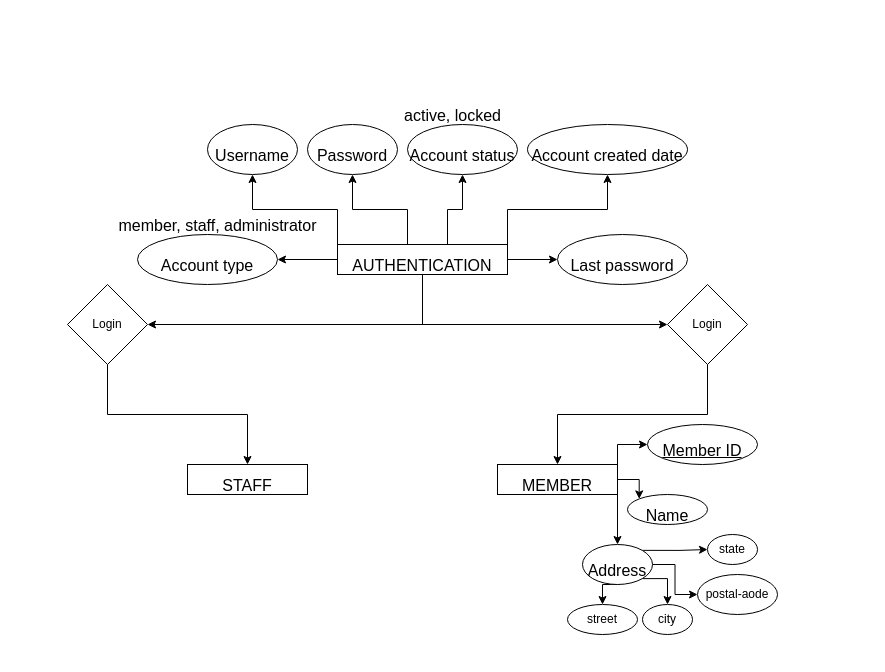
Above: ER digram.drawio in krithik15/Database_Management_Systems (draw.io), before the change. Source tidied: cells renumbered, new cells numbered last; positions are measured from the earlier drawing's top-left corner, leaving out a move shared by most shapes. Both pictures are drawn from the tidied source at 100%, with x=0, y=0 at pixel (67, 94).
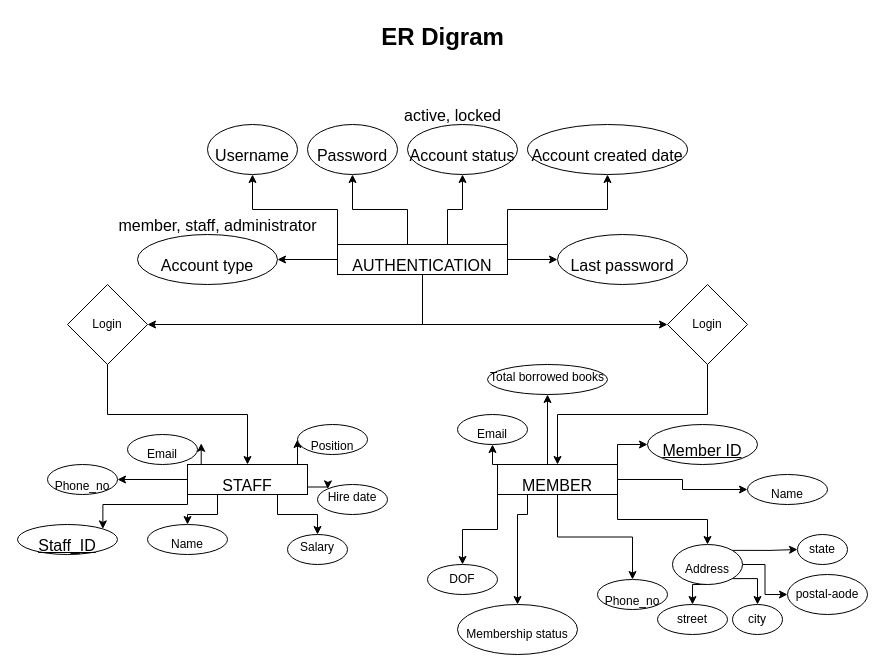
The same diagram, later.

The change refers to these unchanged cells:
```xml
<mxCell id="24" value="&lt;p style=&quot;line-height: 1px; margin-bottom: 0cm; background: transparent; color: rgb(0, 0, 0); font-size: medium; text-align: start; --darkreader-inline-bgimage: initial; --darkreader-inline-bgcolor: transparent; --darkreader-inline-color: #e8e6e3;&quot;&gt;MEMBER&lt;/p&gt;" style="whiteSpace=wrap;html=1;" parent="1" vertex="1">
  <mxGeometry x="430" y="370" width="120" height="30" as="geometry" />
</mxCell>
<mxCell id="27" value="&lt;p style=&quot;line-height: 1px; margin-bottom: 0cm; background: transparent; color: rgb(0, 0, 0); font-size: medium; text-align: start; --darkreader-inline-bgimage: initial; --darkreader-inline-bgcolor: transparent; --darkreader-inline-color: #e8e6e3;&quot;&gt;STAFF&lt;/p&gt;" style="whiteSpace=wrap;html=1;" parent="1" vertex="1">
  <mxGeometry x="120" y="370" width="120" height="30" as="geometry" />
</mxCell>
```

The edit, as a diff of the source:
```diff
@@
-    <mxCell id="22" style="edgeStyle=orthogonalEdgeStyle;rounded=0;jettySize=auto;html=1;exitX=1;exitY=0.5;exitDx=0;exitDy=0;entryX=0;entryY=0;entryDx=0;entryDy=0;" parent="1" edge="1" source="24" target="29">
+    <mxCell id="22" style="edgeStyle=orthogonalEdgeStyle;rounded=0;jettySize=auto;html=1;exitX=1;exitY=0.5;exitDx=0;exitDy=0;entryX=0;entryY=0.5;entryDx=0;entryDy=0;" parent="1" edge="1" source="24" target="29">
       <mxGeometry relative="1" as="geometry" />
     </mxCell>
@@
+    <mxCell id="39" style="edgeStyle=orthogonalEdgeStyle;rounded=0;jettySize=auto;html=1;exitX=0;exitY=0;exitDx=0;exitDy=0;entryX=0.5;entryY=1;entryDx=0;entryDy=0;" parent="1" edge="1" source="24" target="51">
+      <mxGeometry relative="1" as="geometry" />
+    </mxCell>
+    <mxCell id="40" style="edgeStyle=orthogonalEdgeStyle;rounded=0;jettySize=auto;html=1;exitX=0.5;exitY=1;exitDx=0;exitDy=0;entryX=0.5;entryY=0;entryDx=0;entryDy=0;" parent="1" edge="1" source="24" target="53">
+      <mxGeometry relative="1" as="geometry" />
+    </mxCell>
+    <mxCell id="41" style="edgeStyle=orthogonalEdgeStyle;rounded=0;jettySize=auto;html=1;exitX=0.25;exitY=1;exitDx=0;exitDy=0;entryX=0.5;entryY=0;entryDx=0;entryDy=0;" parent="1" edge="1" target="54">
+      <mxGeometry relative="1" as="geometry">
+        <mxPoint x="460" y="400" as="sourcePoint" />
+        <Array as="points">
+          <mxPoint x="460" y="420" />
+          <mxPoint x="450" y="420" />
+        </Array>
+      </mxGeometry>
+    </mxCell>
+    <mxCell id="42" style="edgeStyle=orthogonalEdgeStyle;rounded=0;jettySize=auto;html=1;exitX=0.25;exitY=0;exitDx=0;exitDy=0;" parent="1" edge="1" source="24" target="55">
+      <mxGeometry relative="1" as="geometry">
+        <Array as="points">
+          <mxPoint x="480" y="370" />
+        </Array>
+      </mxGeometry>
+    </mxCell>
+    <mxCell id="43" style="edgeStyle=orthogonalEdgeStyle;rounded=0;jettySize=auto;html=1;exitX=0;exitY=1;exitDx=0;exitDy=0;entryX=0.5;entryY=0;entryDx=0;entryDy=0;" parent="1" edge="1" source="24" target="52">
+      <mxGeometry relative="1" as="geometry" />
+    </mxCell>
@@
+    <mxCell id="44" style="edgeStyle=orthogonalEdgeStyle;rounded=0;jettySize=auto;html=1;exitX=0.25;exitY=0;exitDx=0;exitDy=0;entryX=1.053;entryY=0.294;entryDx=0;entryDy=0;entryPerimeter=0;" parent="1" edge="1" source="27" target="59">
+      <mxGeometry relative="1" as="geometry" />
+    </mxCell>
+    <mxCell id="45" style="edgeStyle=orthogonalEdgeStyle;rounded=0;jettySize=auto;html=1;exitX=0;exitY=0.5;exitDx=0;exitDy=0;entryX=1;entryY=0.5;entryDx=0;entryDy=0;" parent="1" edge="1" source="27" target="56">
+      <mxGeometry relative="1" as="geometry" />
+    </mxCell>
+    <mxCell id="46" style="edgeStyle=orthogonalEdgeStyle;rounded=0;jettySize=auto;html=1;exitX=0;exitY=1;exitDx=0;exitDy=0;entryX=1;entryY=0;entryDx=0;entryDy=0;" parent="1" edge="1" source="27" target="57">
+      <mxGeometry relative="1" as="geometry">
+        <Array as="points">
+          <mxPoint x="120" y="410" />
+          <mxPoint x="35" y="410" />
+        </Array>
+      </mxGeometry>
+    </mxCell>
+    <mxCell id="47" style="edgeStyle=orthogonalEdgeStyle;rounded=0;jettySize=auto;html=1;exitX=0.25;exitY=1;exitDx=0;exitDy=0;entryX=0.5;entryY=0;entryDx=0;entryDy=0;" parent="1" edge="1" source="27" target="58">
+      <mxGeometry relative="1" as="geometry" />
+    </mxCell>
+    <mxCell id="48" style="edgeStyle=orthogonalEdgeStyle;rounded=0;jettySize=auto;html=1;exitX=0.75;exitY=1;exitDx=0;exitDy=0;entryX=0.5;entryY=0;entryDx=0;entryDy=0;" parent="1" edge="1" source="27" target="62">
+      <mxGeometry relative="1" as="geometry" />
+    </mxCell>
+    <mxCell id="49" style="edgeStyle=orthogonalEdgeStyle;rounded=0;jettySize=auto;html=1;exitX=1;exitY=0.75;exitDx=0;exitDy=0;entryX=0;entryY=0;entryDx=0;entryDy=0;" parent="1" edge="1" source="27" target="61">
+      <mxGeometry relative="1" as="geometry" />
+    </mxCell>
+    <mxCell id="50" style="edgeStyle=orthogonalEdgeStyle;rounded=0;jettySize=auto;html=1;exitX=0.75;exitY=0;exitDx=0;exitDy=0;entryX=0;entryY=0.5;entryDx=0;entryDy=0;" parent="1" edge="1" source="27" target="60">
+      <mxGeometry relative="1" as="geometry" />
+    </mxCell>
@@
-    <mxCell id="29" value="&lt;p style=&quot;line-height: 1px; margin-bottom: 0cm; background: transparent; color: rgb(0, 0, 0); font-size: medium; text-align: start; --darkreader-inline-bgimage: initial; --darkreader-inline-bgcolor: transparent; --darkreader-inline-color: #e8e6e3;&quot;&gt;Name&lt;/p&gt;" style="ellipse;whiteSpace=wrap;html=1;" parent="1" vertex="1">
-      <mxGeometry x="560" y="400" width="80" height="30" as="geometry" />
+    <mxCell id="29" value="&lt;p style=&quot;line-height: 1px; margin-bottom: 0cm; background: transparent; color: rgb(0, 0, 0); text-align: start; --darkreader-inline-bgimage: initial; --darkreader-inline-bgcolor: transparent; --darkreader-inline-color: #e8e6e3;&quot;&gt;&lt;font style=&quot;font-size: 12px;&quot;&gt;Name&lt;/font&gt;&lt;/p&gt;" style="ellipse;whiteSpace=wrap;html=1;" parent="1" vertex="1">
+      <mxGeometry x="680" y="380" width="80" height="30" as="geometry" />
     </mxCell>
-    <mxCell id="30" style="edgeStyle=orthogonalEdgeStyle;rounded=0;jettySize=auto;html=1;exitX=1;exitY=0;exitDx=0;exitDy=0;entryX=0;entryY=0.5;entryDx=0;entryDy=0;" parent="1" edge="1" source="34" target="38">
-      <mxGeometry relative="1" as="geometry" />
+    <mxCell id="30" style="edgeStyle=orthogonalEdgeStyle;rounded=0;jettySize=auto;html=1;exitX=1;exitY=0;exitDx=0;exitDy=0;entryX=0;entryY=0.5;entryDx=0;entryDy=0;" parent="1" edge="1" source="34">
+      <mxGeometry relative="1" as="geometry">
+        <mxPoint x="730" y="455" as="targetPoint" />
+      </mxGeometry>
     </mxCell>
@@
-    <mxCell id="34" value="&lt;p style=&quot;line-height: 1px; margin-bottom: 0cm; background: transparent; color: rgb(0, 0, 0); font-size: medium; text-align: start; --darkreader-inline-bgimage: initial; --darkreader-inline-bgcolor: transparent; --darkreader-inline-color: #e8e6e3;&quot;&gt;Address&lt;/p&gt;" style="ellipse;whiteSpace=wrap;html=1;" parent="1" vertex="1">
-      <mxGeometry x="515" y="450" width="70" height="40" as="geometry" />
+    <mxCell id="34" value="&lt;p style=&quot;line-height: 1px; margin-bottom: 0cm; background: transparent; color: rgb(0, 0, 0); text-align: start; --darkreader-inline-bgimage: initial; --darkreader-inline-bgcolor: transparent; --darkreader-inline-color: #e8e6e3;&quot;&gt;&lt;font style=&quot;font-size: 12px;&quot;&gt;Address&lt;/font&gt;&lt;/p&gt;" style="ellipse;whiteSpace=wrap;html=1;" parent="1" vertex="1">
+      <mxGeometry x="605" y="450" width="70" height="40" as="geometry" />
     </mxCell>
     <mxCell id="35" value="city" style="ellipse;whiteSpace=wrap;html=1;" parent="1" vertex="1">
-      <mxGeometry x="575" y="510" width="50" height="30" as="geometry" />
+      <mxGeometry x="665" y="510" width="50" height="30" as="geometry" />
     </mxCell>
     <mxCell id="36" value="street" style="ellipse;whiteSpace=wrap;html=1;" parent="1" vertex="1">
-      <mxGeometry x="500" y="510" width="70" height="30" as="geometry" />
+      <mxGeometry x="590" y="510" width="70" height="30" as="geometry" />
     </mxCell>
     <mxCell id="37" value="postal-aode" style="ellipse;whiteSpace=wrap;html=1;" parent="1" vertex="1">
-      <mxGeometry x="630" y="480" width="80" height="40" as="geometry" />
+      <mxGeometry x="720" y="480" width="80" height="40" as="geometry" />
     </mxCell>
     <mxCell id="38" value="state" style="ellipse;whiteSpace=wrap;html=1;" parent="1" vertex="1">
-      <mxGeometry x="640" y="440" width="50" height="30" as="geometry" />
+      <mxGeometry x="730" y="440" width="50" height="30" as="geometry" />
     </mxCell>
+    <mxCell id="51" value="&lt;p style=&quot;line-height: 1px; margin-bottom: 0cm; background: transparent; color: rgb(0, 0, 0); text-align: start; --darkreader-inline-bgimage: initial; --darkreader-inline-bgcolor: transparent; --darkreader-inline-color: #e8e6e3;&quot;&gt;&lt;font style=&quot;font-size: 12px;&quot;&gt;Email&lt;/font&gt;&lt;/p&gt;" style="ellipse;whiteSpace=wrap;html=1;" parent="1" vertex="1">
+      <mxGeometry x="390" y="320" width="70" height="30" as="geometry" />
+    </mxCell>
+    <mxCell id="52" value="DOF" style="ellipse;whiteSpace=wrap;html=1;" parent="1" vertex="1">
+      <mxGeometry x="360" y="470" width="70" height="30" as="geometry" />
+    </mxCell>
+    <mxCell id="53" value="&lt;p style=&quot;line-height: 100%; margin-bottom: 0cm&quot;&gt;Phone_no&lt;/p&gt;" style="ellipse;whiteSpace=wrap;html=1;" parent="1" vertex="1">
+      <mxGeometry x="530" y="485" width="70" height="30" as="geometry" />
+    </mxCell>
+    <mxCell id="54" value="&lt;p style=&quot;line-height: 1px; margin-bottom: 0cm; background: transparent; color: rgb(0, 0, 0); text-align: start; --darkreader-inline-bgimage: initial; --darkreader-inline-bgcolor: transparent; --darkreader-inline-color: #e8e6e3;&quot;&gt;&lt;font style=&quot;font-size: 12px;&quot;&gt;Membership status&lt;/font&gt;&lt;/p&gt;" style="ellipse;whiteSpace=wrap;html=1;" parent="1" vertex="1">
+      <mxGeometry x="390" y="510" width="120" height="50" as="geometry" />
+    </mxCell>
+    <mxCell id="55" value="&lt;p style=&quot;line-height: 100%; margin-bottom: 0cm&quot;&gt;&#10;Total borrowed books&lt;/p&gt;&#10;&#10;" style="ellipse;whiteSpace=wrap;html=1;" parent="1" vertex="1">
+      <mxGeometry x="420" y="270" width="120" height="30" as="geometry" />
+    </mxCell>
+    <mxCell id="56" value="&lt;p style=&quot;line-height: 100%; margin-bottom: 0cm&quot;&gt;Phone_no&lt;/p&gt;" style="ellipse;whiteSpace=wrap;html=1;" parent="1" vertex="1">
+      <mxGeometry x="-20" y="370" width="70" height="30" as="geometry" />
+    </mxCell>
+    <mxCell id="57" value="&lt;p style=&quot;line-height: 1px; margin-bottom: 0cm; background: transparent; color: rgb(0, 0, 0); font-size: medium; text-align: start; --darkreader-inline-bgimage: initial; --darkreader-inline-bgcolor: transparent; --darkreader-inline-color: #e8e6e3;&quot;&gt;&lt;u&gt;Staff_ID&lt;/u&gt;&lt;/p&gt;" style="ellipse;whiteSpace=wrap;html=1;" parent="1" vertex="1">
+      <mxGeometry x="-50" y="430" width="100" height="30" as="geometry" />
+    </mxCell>
+    <mxCell id="58" value="&lt;p style=&quot;line-height: 1px; margin-bottom: 0cm; background: transparent; color: rgb(0, 0, 0); text-align: start; --darkreader-inline-bgimage: initial; --darkreader-inline-bgcolor: transparent; --darkreader-inline-color: #e8e6e3;&quot;&gt;&lt;font style=&quot;font-size: 12px;&quot;&gt;Name&lt;/font&gt;&lt;/p&gt;" style="ellipse;whiteSpace=wrap;html=1;" parent="1" vertex="1">
+      <mxGeometry x="80" y="430" width="80" height="30" as="geometry" />
+    </mxCell>
+    <mxCell id="59" value="&lt;p style=&quot;line-height: 1px; margin-bottom: 0cm; background: transparent; color: rgb(0, 0, 0); text-align: start; --darkreader-inline-bgimage: initial; --darkreader-inline-bgcolor: transparent; --darkreader-inline-color: #e8e6e3;&quot;&gt;&lt;font style=&quot;font-size: 12px;&quot;&gt;Email&lt;/font&gt;&lt;/p&gt;" style="ellipse;whiteSpace=wrap;html=1;" parent="1" vertex="1">
+      <mxGeometry x="60" y="340" width="70" height="30" as="geometry" />
+    </mxCell>
+    <mxCell id="60" value="&lt;p style=&quot;line-height: 100%; margin-bottom: 0cm&quot;&gt;Position&lt;/p&gt;" style="ellipse;whiteSpace=wrap;html=1;" parent="1" vertex="1">
+      <mxGeometry x="230" y="330" width="70" height="30" as="geometry" />
+    </mxCell>
+    <mxCell id="61" value="&lt;p style=&quot;line-height: 100%; margin-bottom: 0cm&quot;&gt;&#10;Hire date&lt;/p&gt;&#10;&#10;" style="ellipse;whiteSpace=wrap;html=1;" parent="1" vertex="1">
+      <mxGeometry x="250" y="390" width="70" height="30" as="geometry" />
+    </mxCell>
+    <mxCell id="62" value="&lt;p style=&quot;line-height: 100%; margin-bottom: 0cm&quot;&gt;&#10;Salary&lt;/p&gt;&#10;&#10;" style="ellipse;whiteSpace=wrap;html=1;" parent="1" vertex="1">
+      <mxGeometry x="220" y="440" width="60" height="30" as="geometry" />
+    </mxCell>
+    <mxCell id="63" value="&lt;b&gt;&lt;font style=&quot;font-size: 24px;&quot;&gt;ER Digram&lt;/font&gt;&lt;/b&gt;" style="text;html=1;align=center;verticalAlign=middle;strokeColor=none;fillColor=none;" parent="1" vertex="1">
+      <mxGeometry x="300" y="-77" width="150" height="40" as="geometry" />
+    </mxCell>
```
